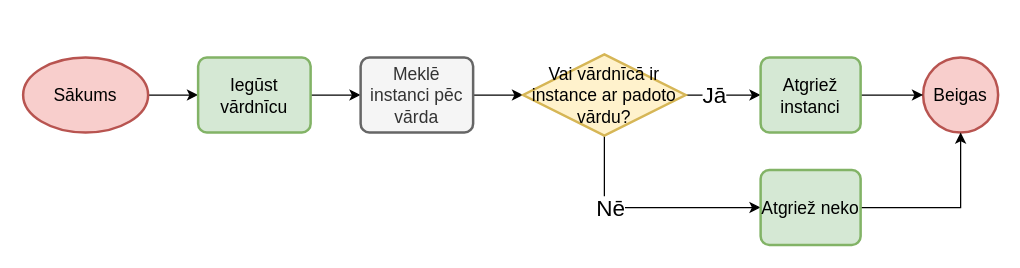
Before: page "Instances atrašana" (7 of 10) of src/Kvalifikacijas darbs/Diagrammas/WebMemory.drawio in artiks12/webAppOS, a draw.io diagram. Source tidied: cells renumbered, new cells numbered last; positions are measured from the earlier drawing's top-left corner, leaving out a move shared by most shapes. Both pictures are drawn from the tidied source at 125%, with x=0, y=0 at pixel (22, 54).
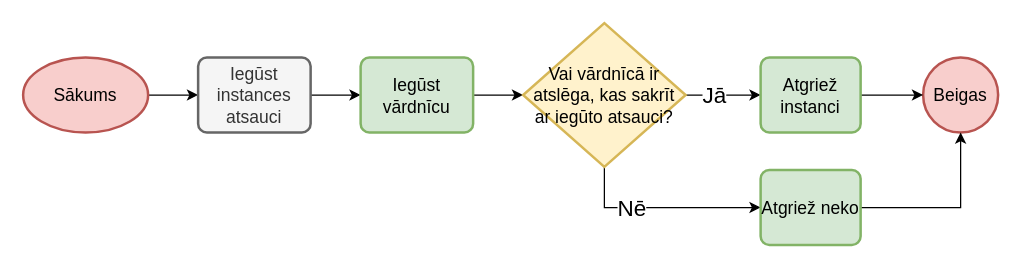
The same page after the edit.

The edit, as a diff of the source:
```diff
@@
 <mxGraphModel>
   <root>
     <mxCell id="0" />
     <mxCell id="1" parent="0" />
     <mxCell id="2" value="Beigas" style="strokeWidth=2;html=1;shape=mxgraph.flowchart.start_2;whiteSpace=wrap;fontSize=14;fillColor=#f8cecc;strokeColor=#b85450;" parent="1" vertex="1">
       <mxGeometry x="720" y="2.5" width="60" height="60" as="geometry" />
     </mxCell>
     <mxCell id="3" style="edgeStyle=orthogonalEdgeStyle;rounded=0;jettySize=auto;html=1;entryX=0;entryY=0.5;entryDx=0;entryDy=0;entryPerimeter=0;exitX=1;exitY=0.5;exitDx=0;exitDy=0;" parent="1" edge="1" source="15" target="10">
       <mxGeometry relative="1" as="geometry" />
     </mxCell>
     <mxCell id="4" style="edgeStyle=orthogonalEdgeStyle;rounded=0;jettySize=auto;html=1;exitX=1;exitY=0.5;exitDx=0;exitDy=0;exitPerimeter=0;" parent="1" edge="1" source="10" target="7">
       <mxGeometry relative="1" as="geometry" />
     </mxCell>
     <mxCell id="5" value="&lt;font style=&quot;font-size: 18px&quot;&gt;Jā&lt;/font&gt;" style="edgeLabel;html=1;align=center;verticalAlign=middle;" parent="4" vertex="1">
       <mxGeometry x="-0.27" relative="1" as="geometry" />
     </mxCell>
     <mxCell id="6" style="edgeStyle=orthogonalEdgeStyle;rounded=0;jettySize=auto;html=1;entryX=0;entryY=0.5;entryDx=0;entryDy=0;entryPerimeter=0;" parent="1" edge="1" source="7" target="2">
       <mxGeometry relative="1" as="geometry" />
     </mxCell>
     <mxCell id="7" value="Atgriež instanci" style="rounded=1;whiteSpace=wrap;html=1;absoluteArcSize=1;arcSize=14;strokeWidth=2;fontSize=14;fillColor=#d5e8d4;strokeColor=#82b366;" parent="1" vertex="1">
       <mxGeometry x="590" y="2.5" width="80" height="60" as="geometry" />
     </mxCell>
     <mxCell id="8" style="edgeStyle=orthogonalEdgeStyle;rounded=0;jettySize=auto;html=1;fontSize=18;entryX=0;entryY=0.5;entryDx=0;entryDy=0;exitX=0.5;exitY=1;exitDx=0;exitDy=0;exitPerimeter=0;" parent="1" edge="1" source="10" target="17">
       <mxGeometry relative="1" as="geometry">
         <Array as="points">
           <mxPoint x="465" y="123" />
         </Array>
       </mxGeometry>
     </mxCell>
     <mxCell id="9" value="Nē" style="edgeLabel;html=1;align=center;verticalAlign=middle;fontSize=18;" parent="8" vertex="1">
       <mxGeometry x="-0.33" y="-1" relative="1" as="geometry">
         <mxPoint x="1" as="offset" />
       </mxGeometry>
     </mxCell>
-    <mxCell id="10" value="Vai vārdnīcā ir instance ar padoto vārdu?" style="strokeWidth=2;html=1;shape=mxgraph.flowchart.decision;whiteSpace=wrap;fontSize=14;fillColor=#fff2cc;strokeColor=#d6b656;" parent="1" vertex="1">
-      <mxGeometry x="400" width="130" height="65" as="geometry" />
+    <mxCell id="10" value="Vai vārdnīcā ir atslēga, kas sakrīt ar iegūto atsauci?" style="strokeWidth=2;html=1;shape=mxgraph.flowchart.decision;whiteSpace=wrap;fontSize=14;fillColor=#fff2cc;strokeColor=#d6b656;" parent="1" vertex="1">
+      <mxGeometry x="400" y="-25" width="130" height="115" as="geometry" />
     </mxCell>
     <mxCell id="11" style="edgeStyle=orthogonalEdgeStyle;rounded=0;jettySize=auto;html=1;entryX=0;entryY=0.5;entryDx=0;entryDy=0;" parent="1" edge="1" source="12" target="14">
       <mxGeometry relative="1" as="geometry" />
     </mxCell>
     <mxCell id="12" value="Sākums" style="strokeWidth=2;html=1;shape=mxgraph.flowchart.start_1;whiteSpace=wrap;fontSize=14;fillColor=#f8cecc;strokeColor=#b85450;" parent="1" vertex="1">
       <mxGeometry y="2.5" width="100" height="60" as="geometry" />
     </mxCell>
     <mxCell id="13" style="edgeStyle=orthogonalEdgeStyle;rounded=0;jettySize=auto;html=1;entryX=0;entryY=0.5;entryDx=0;entryDy=0;fontSize=18;" parent="1" edge="1" source="14" target="15">
       <mxGeometry relative="1" as="geometry" />
     </mxCell>
-    <mxCell id="14" value="Iegūst vārdnīcu" style="rounded=1;whiteSpace=wrap;html=1;absoluteArcSize=1;arcSize=14;strokeWidth=2;fontSize=14;fillColor=#d5e8d4;strokeColor=#82b366;" parent="1" vertex="1">
+    <mxCell id="14" value="Iegūst instances atsauci" style="rounded=1;whiteSpace=wrap;html=1;absoluteArcSize=1;arcSize=14;strokeWidth=2;fontSize=14;fillColor=#f5f5f5;strokeColor=#666666;fontColor=#333333;" parent="1" vertex="1">
       <mxGeometry x="140" y="2.5" width="90" height="60" as="geometry" />
     </mxCell>
-    <mxCell id="15" value="Meklē instanci pēc vārda" style="rounded=1;whiteSpace=wrap;html=1;absoluteArcSize=1;arcSize=14;strokeWidth=2;fontSize=14;fillColor=#f5f5f5;strokeColor=#666666;fontColor=#333333;" parent="1" vertex="1">
+    <mxCell id="15" value="Iegūst vārdnīcu" style="rounded=1;whiteSpace=wrap;html=1;absoluteArcSize=1;arcSize=14;strokeWidth=2;fontSize=14;fillColor=#d5e8d4;strokeColor=#82b366;" parent="1" vertex="1">
       <mxGeometry x="270" y="2.5" width="90" height="60" as="geometry" />
     </mxCell>
     <mxCell id="16" style="edgeStyle=orthogonalEdgeStyle;rounded=0;jettySize=auto;html=1;entryX=0.5;entryY=1;entryDx=0;entryDy=0;entryPerimeter=0;fontSize=18;" parent="1" edge="1" source="17" target="2">
       <mxGeometry relative="1" as="geometry" />
     </mxCell>
     <mxCell id="17" value="Atgriež neko" style="rounded=1;whiteSpace=wrap;html=1;absoluteArcSize=1;arcSize=14;strokeWidth=2;fontSize=14;fillColor=#d5e8d4;strokeColor=#82b366;" parent="1" vertex="1">
       <mxGeometry x="590" y="92.5" width="80" height="60" as="geometry" />
     </mxCell>
   </root>
 </mxGraphModel>
```
